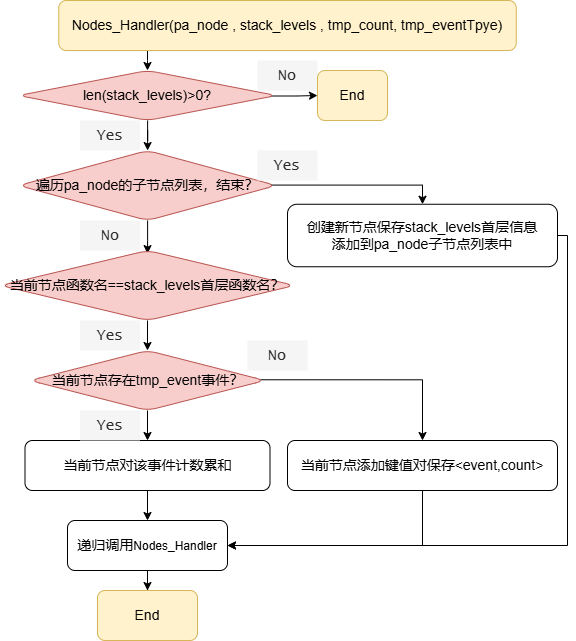
Earlier version of the draw.io export Nodes_Handler.drawio.png (Dong-J93/os_pic2024). Source tidied: cells renumbered, new cells last; positions are measured from the earlier drawing's top-left corner, leaving out a move shared by most shapes.
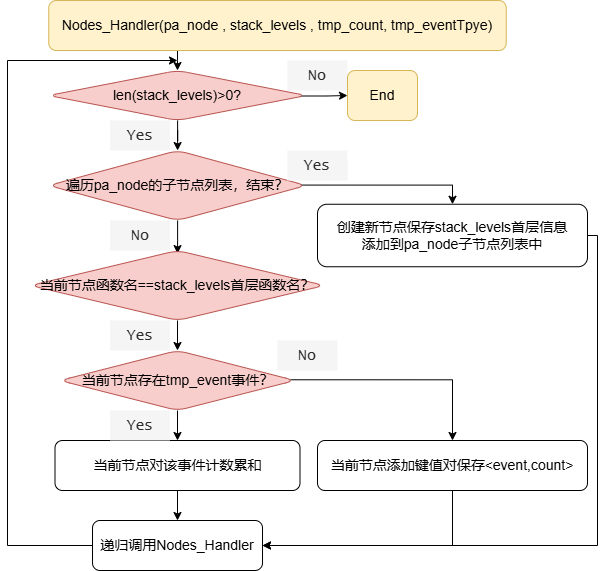
Later version of the same file.

What changed in the source:
```diff
@@ -11,7 +11,7 @@
       </mxGeometry>
     </mxCell>
     <mxCell id="3" value="&lt;div style=&quot;line-height: 27px; white-space: pre;&quot;&gt;&lt;p style=&quot;line-height: 27px;&quot;&gt;&lt;font face=&quot;Helvetica&quot; style=&quot;font-size: 14px;&quot;&gt;Nodes_Handler(pa_node , stack_levels , tmp_count, tmp_eventTpye)&lt;/font&gt;&lt;/p&gt;&lt;/div&gt;" style="rounded=1;whiteSpace=wrap;html=1;fillColor=#fff2cc;strokeColor=#d6b656;" parent="1" vertex="1">
-      <mxGeometry x="58.2" width="457.5" height="50" as="geometry" />
+      <mxGeometry x="18.2" width="457.5" height="50" as="geometry" />
     </mxCell>
     <mxCell id="4" style="edgeStyle=orthogonalEdgeStyle;rounded=0;jettySize=auto;html=1;exitX=0.975;exitY=0.494;exitDx=0;exitDy=0;exitPerimeter=0;" parent="1" edge="1" source="6" target="24">
       <mxGeometry relative="1" as="geometry">
@@ -32,11 +32,17 @@
     <mxCell id="8" value="&lt;font face=&quot;Lucida Console&quot; color=&quot;#2e2e2e&quot;&gt;&lt;span style=&quot;font-size: 15px;&quot;&gt;Yes&lt;/span&gt;&lt;/font&gt;" style="text;html=1;align=center;verticalAlign=middle;whiteSpace=wrap;rounded=0;fontColor=#333333;fillColor=#f5f5f5;strokeColor=none;" parent="1" vertex="1">
       <mxGeometry x="257" y="150" width="60" height="30" as="geometry" />
     </mxCell>
-    <mxCell id="9" style="edgeStyle=orthogonalEdgeStyle;rounded=0;jettySize=auto;html=1;" parent="1" edge="1" source="10" target="30">
-      <mxGeometry relative="1" as="geometry" />
-    </mxCell>
+    <mxCell id="32" style="edgeStyle=orthogonalEdgeStyle;rounded=0;jettySize=auto;html=1;exitX=0;exitY=0.5;exitDx=0;exitDy=0;" parent="1" edge="1" source="10">
+      <mxGeometry relative="1" as="geometry">
+        <mxPoint x="147" y="60" as="targetPoint" />
+        <Array as="points">
+          <mxPoint x="-23" y="545" />
+          <mxPoint x="-23" y="60" />
+        </Array>
+      </mxGeometry>
+    </mxCell>
-    <mxCell id="10" value="&lt;pre&gt;&lt;font face=&quot;Helvetica&quot;&gt;&lt;span style=&quot;font-size: 14px;&quot;&gt;递归调用&lt;/span&gt;Nodes_Handler&lt;/font&gt;&lt;/pre&gt;" style="rounded=1;whiteSpace=wrap;html=1;" parent="1" vertex="1">
-      <mxGeometry x="67" y="520" width="160" height="50" as="geometry" />
+    <mxCell id="10" value="&lt;pre&gt;&lt;font style=&quot;font-size: 14px;&quot; face=&quot;Helvetica&quot;&gt;递归调用Nodes_Handler&lt;/font&gt;&lt;/pre&gt;" style="rounded=1;whiteSpace=wrap;html=1;" parent="1" vertex="1">
+      <mxGeometry x="62" y="520" width="170" height="50" as="geometry" />
     </mxCell>
     <mxCell id="11" style="edgeStyle=orthogonalEdgeStyle;rounded=0;jettySize=auto;html=1;" parent="1" edge="1" source="12" target="15">
       <mxGeometry relative="1" as="geometry" />
@@ -100,9 +106,6 @@
     <mxCell id="29" value="&lt;pre&gt;&lt;font face=&quot;Helvetica&quot;&gt;&lt;span style=&quot;font-size: 14px;&quot;&gt;End&lt;/span&gt;&lt;/font&gt;&lt;/pre&gt;" style="rounded=1;whiteSpace=wrap;html=1;fillColor=#fff2cc;strokeColor=#d6b656;" parent="1" vertex="1">
       <mxGeometry x="317" y="70" width="70" height="50" as="geometry" />
     </mxCell>
-    <mxCell id="30" value="&lt;pre&gt;&lt;font face=&quot;Helvetica&quot;&gt;&lt;span style=&quot;font-size: 14px;&quot;&gt;End&lt;/span&gt;&lt;/font&gt;&lt;/pre&gt;" style="rounded=1;whiteSpace=wrap;html=1;fillColor=#fff2cc;strokeColor=#d6b656;" parent="1" vertex="1">
-      <mxGeometry x="97" y="590" width="100" height="50" as="geometry" />
-    </mxCell>
     <mxCell id="31" value="&lt;pre&gt;&lt;font face=&quot;Helvetica&quot; style=&quot;font-size: 14px;&quot;&gt;当前节点添加键值对保存&amp;lt;event,count&amp;gt;&lt;/font&gt;&lt;br&gt;&lt;/pre&gt;" style="rounded=1;whiteSpace=wrap;html=1;fillColor=none;" parent="1" vertex="1">
       <mxGeometry x="287" y="440" width="270" height="50" as="geometry" />
     </mxCell>
```
